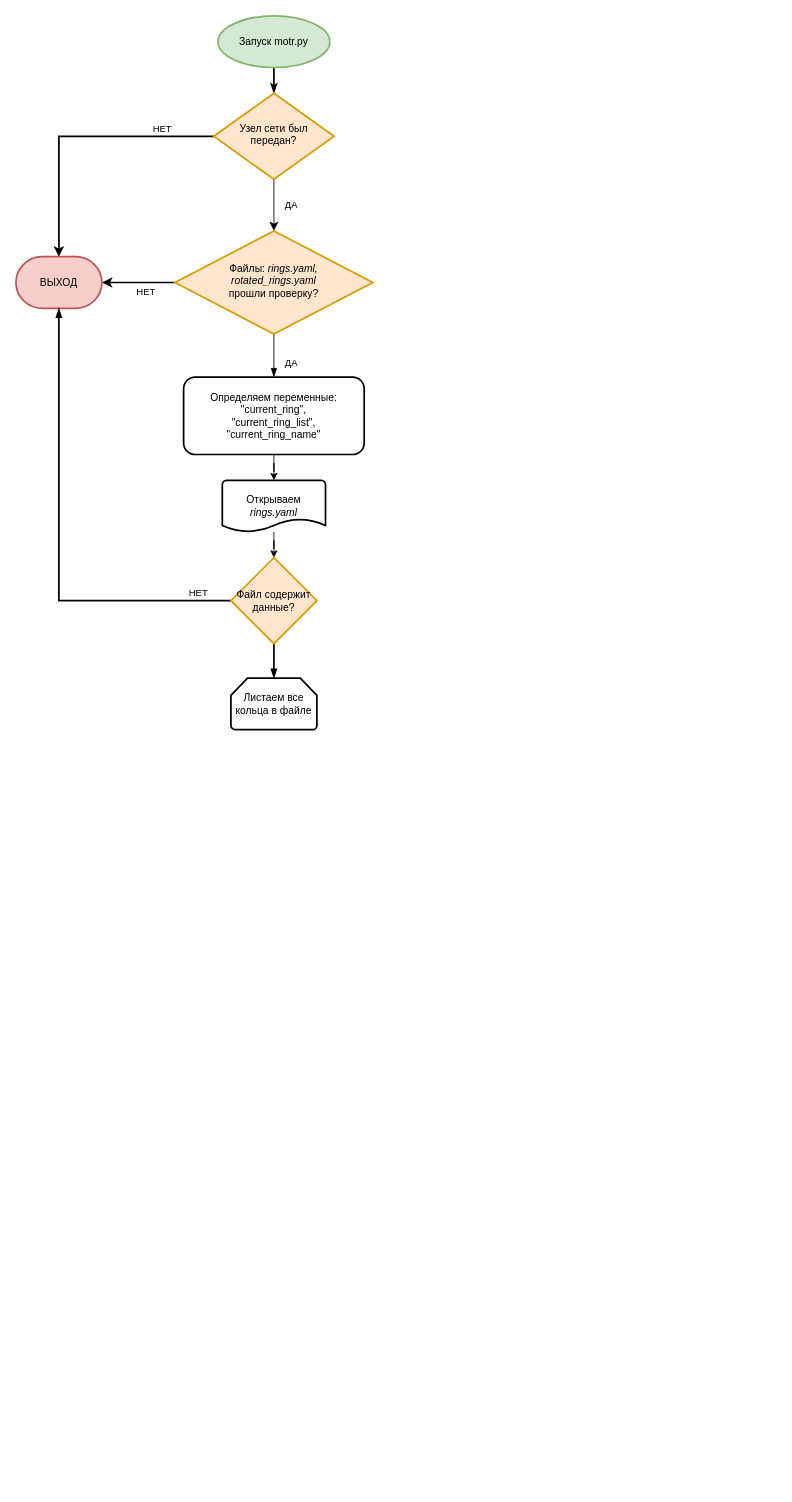
Before: Untitled Diagram.drawio in ig-rudenko/motr, a draw.io diagram. Source tidied: cells renumbered, new cells numbered last; positions are measured from the earlier drawing's top-left corner, leaving out a move shared by most shapes. Both pictures are drawn from the tidied source at 86%, with x=0, y=0 at pixel (15, 15).
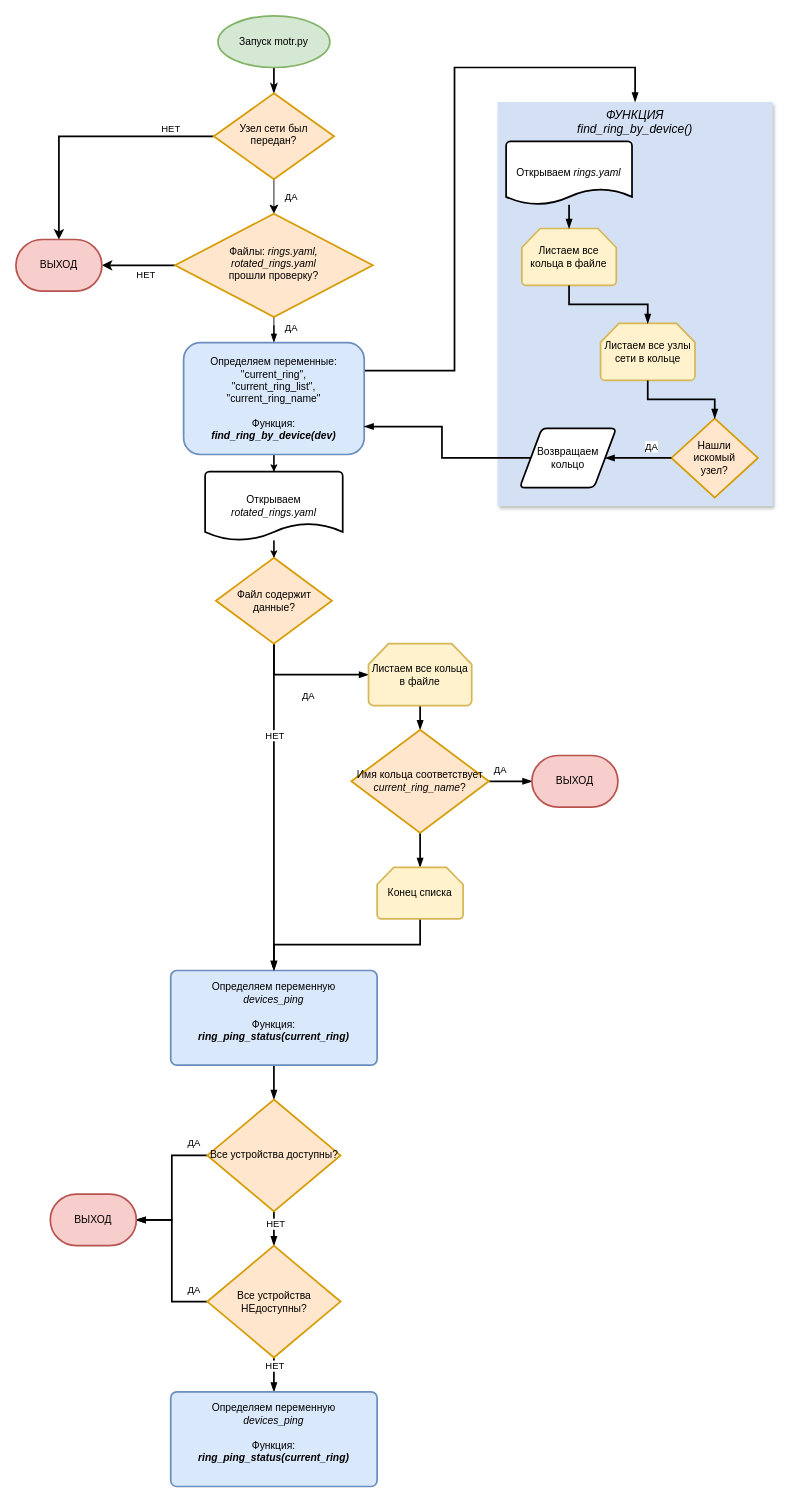
The same page after the edit.

Diff of the diagram source:
```diff
@@
     <mxCell id="10" value="&lt;div&gt;Файлы: &lt;i&gt;rings.yaml,&lt;/i&gt;&lt;/div&gt;&lt;div&gt;&lt;i&gt;rotated_rings.yaml&lt;/i&gt;&lt;/div&gt;&lt;div&gt;прошли проверку?&lt;br&gt;&lt;/div&gt;" style="rhombus;whiteSpace=wrap;html=1;shadow=0;fontFamily=Helvetica;fontSize=12;align=center;strokeWidth=2;spacing=6;spacingTop=-4;fillColor=#ffe6cc;strokeColor=#d79b00;" parent="1" vertex="1">
-      <mxGeometry x="185" y="250" width="230" height="120" as="geometry" />
+      <mxGeometry x="185" y="230" width="230" height="120" as="geometry" />
     </mxCell>
@@
+    <mxCell id="22" style="edgeStyle=orthogonalEdgeStyle;rounded=0;jettySize=auto;html=1;exitX=1;exitY=0.25;exitDx=0;exitDy=0;endArrow=blockThin;endFill=1;strokeWidth=2;fontSize=14;" parent="1" edge="1" source="12">
+      <mxGeometry relative="1" as="geometry">
+        <mxPoint x="720" y="100" as="targetPoint" />
+        <Array as="points">
+          <mxPoint x="510" y="413" />
+          <mxPoint x="510" y="60" />
+          <mxPoint x="720" y="60" />
+        </Array>
+      </mxGeometry>
+    </mxCell>
-    <mxCell id="12" value="&lt;div&gt;Определяем переменные:&lt;/div&gt;&lt;div&gt; &quot;current_ring&quot;, &lt;br&gt;&lt;/div&gt;&lt;div&gt;&quot;current_ring_list&quot;,&lt;/div&gt;&lt;div&gt; &quot;current_ring_name&quot;&lt;br&gt;&lt;/div&gt;" style="rounded=1;whiteSpace=wrap;html=1;fontSize=12;glass=0;strokeWidth=2;shadow=0;" parent="1" vertex="1">
-      <mxGeometry x="195" y="420" width="210" height="90" as="geometry" />
+    <mxCell id="12" value="&lt;div&gt;Определяем переменные:&lt;/div&gt;&lt;div&gt; &quot;current_ring&quot;, &lt;br&gt;&lt;/div&gt;&lt;div&gt;&quot;current_ring_list&quot;,&lt;/div&gt;&lt;div&gt; &quot;current_ring_name&quot;&lt;/div&gt;&lt;div&gt;&lt;br&gt;&lt;/div&gt;&lt;div&gt;Функция:&lt;/div&gt;&lt;div&gt;&lt;b&gt;&lt;i&gt;find_ring_by_device(dev)&lt;/i&gt;&lt;/b&gt;&lt;br&gt;&lt;/div&gt;" style="rounded=1;whiteSpace=wrap;html=1;fontSize=12;glass=0;strokeWidth=2;shadow=0;fillColor=#dae8fc;strokeColor=#6c8ebf;" parent="1" vertex="1">
+      <mxGeometry x="195" y="380" width="210" height="130" as="geometry" />
     </mxCell>
@@
     <mxCell id="14" value="ВЫХОД" style="strokeWidth=2;html=1;shape=mxgraph.flowchart.terminator;whiteSpace=wrap;fillColor=#f8cecc;strokeColor=#b85450;" parent="1" vertex="1">
-      <mxGeometry y="280" width="100" height="60" as="geometry" />
+      <mxGeometry y="260" width="100" height="60" as="geometry" />
     </mxCell>
@@
-    <mxCell id="16" value="Открываем &lt;i&gt;rings.yaml&lt;/i&gt;" style="strokeWidth=2;html=1;shape=mxgraph.flowchart.document2;whiteSpace=wrap;size=0.25;" parent="1" vertex="1">
-      <mxGeometry x="240" y="540" width="120" height="60" as="geometry" />
+    <mxCell id="16" value="Открываем &lt;i&gt;rotated_rings.yaml&lt;/i&gt;" style="strokeWidth=2;html=1;shape=mxgraph.flowchart.document2;whiteSpace=wrap;size=0.25;" parent="1" vertex="1">
+      <mxGeometry x="220" y="530" width="160" height="80" as="geometry" />
     </mxCell>
-    <mxCell id="17" style="edgeStyle=orthogonalEdgeStyle;rounded=0;jettySize=auto;html=1;entryX=0.5;entryY=1;entryDx=0;entryDy=0;entryPerimeter=0;endArrow=blockThin;endFill=1;strokeWidth=2;" parent="1" edge="1" source="20" target="14">
-      <mxGeometry relative="1" as="geometry" />
-    </mxCell>
-    <mxCell id="18" value="НЕТ" style="edgeLabel;html=1;align=center;verticalAlign=middle;" parent="17" vertex="1">
-      <mxGeometry x="-0.57" y="-5" relative="1" as="geometry">
-        <mxPoint x="77" y="-5" as="offset" />
-      </mxGeometry>
-    </mxCell>
     <mxCell id="19" style="edgeStyle=orthogonalEdgeStyle;rounded=0;jettySize=auto;html=1;endArrow=blockThin;endFill=1;strokeWidth=2;" parent="1" edge="1" source="20" target="21">
-      <mxGeometry relative="1" as="geometry" />
+      <mxGeometry relative="1" as="geometry">
+        <Array as="points">
+          <mxPoint x="300" y="740" />
+          <mxPoint x="300" y="740" />
+        </Array>
+      </mxGeometry>
     </mxCell>
+    <mxCell id="23" value="ДА" style="edgeLabel;html=1;align=center;verticalAlign=middle;" parent="19" vertex="1">
+      <mxGeometry x="-0.42" y="-3" relative="1" as="geometry">
+        <mxPoint x="33" y="21" as="offset" />
+      </mxGeometry>
+    </mxCell>
+    <mxCell id="24" style="edgeStyle=orthogonalEdgeStyle;rounded=0;jettySize=auto;html=1;endArrow=blockThin;endFill=1;strokeWidth=2;entryX=0.5;entryY=0;entryDx=0;entryDy=0;" parent="1" edge="1" source="20" target="32">
+      <mxGeometry relative="1" as="geometry" />
+    </mxCell>
+    <mxCell id="25" value="НЕТ" style="edgeLabel;html=1;align=center;verticalAlign=middle;" parent="24" vertex="1">
+      <mxGeometry x="-0.44" relative="1" as="geometry" />
+    </mxCell>
     <mxCell id="20" value="Файл содержит данные?" style="rhombus;whiteSpace=wrap;html=1;strokeWidth=2;fillColor=#ffe6cc;strokeColor=#d79b00;" parent="1" vertex="1">
-      <mxGeometry x="250" y="630" width="100" height="100" as="geometry" />
+      <mxGeometry x="232.5" y="630" width="135" height="100" as="geometry" />
     </mxCell>
+    <mxCell id="26" style="edgeStyle=orthogonalEdgeStyle;rounded=0;jettySize=auto;html=1;endArrow=blockThin;endFill=1;strokeWidth=2;" parent="1" edge="1" source="21" target="30">
+      <mxGeometry relative="1" as="geometry" />
+    </mxCell>
-    <mxCell id="21" value="Листаем все кольца в файле" style="strokeWidth=2;html=1;shape=mxgraph.flowchart.loop_limit;whiteSpace=wrap;" parent="1" vertex="1">
-      <mxGeometry x="250" y="770" width="100" height="60" as="geometry" />
+    <mxCell id="21" value="Листаем все кольца в файле" style="strokeWidth=2;html=1;shape=mxgraph.flowchart.loop_limit;whiteSpace=wrap;fillColor=#fff2cc;strokeColor=#d6b656;" parent="1" vertex="1">
+      <mxGeometry x="410" y="730" width="120" height="72" as="geometry" />
     </mxCell>
+    <mxCell id="27" style="edgeStyle=orthogonalEdgeStyle;rounded=0;jettySize=auto;html=1;endArrow=blockThin;endFill=1;strokeWidth=2;" parent="1" edge="1" source="30" target="34">
+      <mxGeometry relative="1" as="geometry" />
+    </mxCell>
+    <mxCell id="28" style="edgeStyle=orthogonalEdgeStyle;rounded=0;jettySize=auto;html=1;endArrow=blockThin;endFill=1;strokeWidth=2;" parent="1" edge="1" source="30" target="35">
+      <mxGeometry relative="1" as="geometry" />
+    </mxCell>
+    <mxCell id="29" value="ДА" style="edgeLabel;html=1;align=center;verticalAlign=middle;" parent="28" vertex="1">
+      <mxGeometry x="-0.22" y="2" relative="1" as="geometry">
+        <mxPoint x="-7.5" y="-12" as="offset" />
+      </mxGeometry>
+    </mxCell>
+    <mxCell id="30" value="&lt;div align=&quot;center&quot;&gt;Имя кольца соответствует&lt;/div&gt;&lt;div align=&quot;center&quot;&gt;&lt;i&gt;current_ring_name&lt;/i&gt;?&lt;br&gt;&lt;/div&gt;" style="rhombus;whiteSpace=wrap;html=1;strokeWidth=2;fillColor=#ffe6cc;strokeColor=#d79b00;align=center;" parent="1" vertex="1">
+      <mxGeometry x="390" y="830" width="160" height="120" as="geometry" />
+    </mxCell>
+    <mxCell id="31" style="edgeStyle=orthogonalEdgeStyle;rounded=0;jettySize=auto;html=1;endArrow=blockThin;endFill=1;strokeWidth=2;" parent="1" edge="1" source="32" target="40">
+      <mxGeometry relative="1" as="geometry" />
+    </mxCell>
+    <mxCell id="32" value="&lt;div&gt;Определяем переменную&lt;/div&gt;&lt;div&gt;&lt;i&gt;devices_ping&lt;/i&gt;&lt;/div&gt;&lt;div&gt;&lt;i&gt;&lt;/i&gt;&lt;br&gt;&lt;/div&gt;&lt;div&gt;Функция:&lt;/div&gt;&lt;div&gt;&lt;b&gt;&lt;i&gt;ring_ping_status(current_ring)&lt;/i&gt;&lt;/b&gt;&lt;/div&gt;&lt;div&gt;&lt;i&gt;&lt;/i&gt;&lt;br&gt;&lt;/div&gt;" style="rounded=1;whiteSpace=wrap;html=1;absoluteArcSize=1;arcSize=14;strokeWidth=2;fillColor=#dae8fc;strokeColor=#6c8ebf;" parent="1" vertex="1">
+      <mxGeometry x="180" y="1110" width="240" height="110" as="geometry" />
+    </mxCell>
+    <mxCell id="33" style="edgeStyle=orthogonalEdgeStyle;rounded=0;jettySize=auto;html=1;endArrow=blockThin;endFill=1;strokeWidth=2;" parent="1" edge="1" source="34" target="32">
+      <mxGeometry relative="1" as="geometry" />
+    </mxCell>
+    <mxCell id="34" value="Конец списка" style="strokeWidth=2;html=1;shape=mxgraph.flowchart.loop_limit;whiteSpace=wrap;fillColor=#fff2cc;strokeColor=#d6b656;" parent="1" vertex="1">
+      <mxGeometry x="420" y="990" width="100" height="60" as="geometry" />
+    </mxCell>
+    <mxCell id="35" value="ВЫХОД" style="strokeWidth=2;html=1;shape=mxgraph.flowchart.terminator;whiteSpace=wrap;fillColor=#f8cecc;strokeColor=#b85450;" parent="1" vertex="1">
+      <mxGeometry x="600" y="860" width="100" height="60" as="geometry" />
+    </mxCell>
+    <mxCell id="36" style="edgeStyle=orthogonalEdgeStyle;rounded=0;jettySize=auto;html=1;endArrow=blockThin;endFill=1;strokeWidth=2;" parent="1" edge="1" source="40" target="45">
+      <mxGeometry relative="1" as="geometry" />
+    </mxCell>
+    <mxCell id="37" value="НЕТ" style="edgeLabel;html=1;align=center;verticalAlign=middle;" parent="36" vertex="1">
+      <mxGeometry x="-0.3" y="1" relative="1" as="geometry" />
+    </mxCell>
+    <mxCell id="38" style="edgeStyle=orthogonalEdgeStyle;rounded=0;jettySize=auto;html=1;endArrow=blockThin;endFill=1;strokeWidth=2;" parent="1" edge="1" source="40" target="46">
+      <mxGeometry relative="1" as="geometry" />
+    </mxCell>
+    <mxCell id="39" value="ДА" style="edgeLabel;html=1;align=center;verticalAlign=middle;" parent="38" vertex="1">
+      <mxGeometry x="-0.63" relative="1" as="geometry">
+        <mxPoint x="12.5" y="-15" as="offset" />
+      </mxGeometry>
+    </mxCell>
+    <mxCell id="40" value="Все устройства доступны?" style="strokeWidth=2;html=1;shape=mxgraph.flowchart.decision;whiteSpace=wrap;fillColor=#ffe6cc;strokeColor=#d79b00;" parent="1" vertex="1">
+      <mxGeometry x="222.5" y="1260" width="155" height="130" as="geometry" />
+    </mxCell>
+    <mxCell id="41" style="edgeStyle=orthogonalEdgeStyle;rounded=0;jettySize=auto;html=1;endArrow=blockThin;endFill=1;strokeWidth=2;" parent="1" edge="1" source="45" target="46">
+      <mxGeometry relative="1" as="geometry" />
+    </mxCell>
+    <mxCell id="42" value="ДА" style="edgeLabel;html=1;align=center;verticalAlign=middle;" parent="41" vertex="1">
+      <mxGeometry x="-0.66" relative="1" as="geometry">
+        <mxPoint x="14.2" y="-15" as="offset" />
+      </mxGeometry>
+    </mxCell>
+    <mxCell id="43" style="edgeStyle=orthogonalEdgeStyle;rounded=0;jettySize=auto;html=1;endArrow=blockThin;endFill=1;strokeWidth=2;" parent="1" edge="1" source="45" target="47">
+      <mxGeometry relative="1" as="geometry">
+        <Array as="points">
+          <mxPoint x="300" y="1570" />
+          <mxPoint x="300" y="1570" />
+        </Array>
+      </mxGeometry>
+    </mxCell>
+    <mxCell id="44" value="НЕТ" style="edgeLabel;html=1;align=center;verticalAlign=middle;" parent="43" vertex="1">
+      <mxGeometry x="-0.33" y="6" relative="1" as="geometry">
+        <mxPoint x="-6" y="-3.1" as="offset" />
+      </mxGeometry>
+    </mxCell>
+    <mxCell id="45" value="Все устройства НЕдоступны?" style="strokeWidth=2;html=1;shape=mxgraph.flowchart.decision;whiteSpace=wrap;fillColor=#ffe6cc;strokeColor=#d79b00;" parent="1" vertex="1">
+      <mxGeometry x="222.5" y="1430" width="155" height="130" as="geometry" />
+    </mxCell>
+    <mxCell id="46" value="ВЫХОД" style="strokeWidth=2;html=1;shape=mxgraph.flowchart.terminator;whiteSpace=wrap;fillColor=#f8cecc;strokeColor=#b85450;" parent="1" vertex="1">
+      <mxGeometry x="40" y="1370" width="100" height="60" as="geometry" />
+    </mxCell>
+    <mxCell id="47" value="&lt;div&gt;Определяем переменную&lt;/div&gt;&lt;div&gt;&lt;i&gt;devices_ping&lt;/i&gt;&lt;/div&gt;&lt;div&gt;&lt;i&gt;&lt;/i&gt;&lt;br&gt;&lt;/div&gt;&lt;div&gt;Функция:&lt;/div&gt;&lt;div&gt;&lt;b&gt;&lt;i&gt;ring_ping_status(current_ring)&lt;/i&gt;&lt;/b&gt;&lt;/div&gt;&lt;div&gt;&lt;i&gt;&lt;/i&gt;&lt;br&gt;&lt;/div&gt;" style="rounded=1;whiteSpace=wrap;html=1;absoluteArcSize=1;arcSize=14;strokeWidth=2;fillColor=#dae8fc;strokeColor=#6c8ebf;" parent="1" vertex="1">
+      <mxGeometry x="180" y="1600" width="240" height="110" as="geometry" />
+    </mxCell>
+    <mxCell id="48" style="group;" parent="1" vertex="1">
+      <mxGeometry x="560" y="100" width="320" height="470" as="geometry" />
+    </mxCell>
+    <mxCell id="49" value="ФУНКЦИЯ&#10;find_ring_by_device()" style="group;fillColor=#D4E1F5;shadow=1;fontStyle=2;fontSize=14;" parent="48" vertex="1">
+      <mxGeometry width="320" height="470" as="geometry" />
+    </mxCell>
+    <mxCell id="50" value="Открываем &lt;i&gt;rings.yaml&lt;/i&gt;" style="strokeWidth=2;html=1;shape=mxgraph.flowchart.document2;whiteSpace=wrap;size=0.25;" parent="48" vertex="1">
+      <mxGeometry x="10" y="46" width="146.4" height="73.6" as="geometry" />
+    </mxCell>
+    <mxCell id="51" value="Листаем все кольца в файле" style="strokeWidth=2;html=1;shape=mxgraph.flowchart.loop_limit;whiteSpace=wrap;fillColor=#fff2cc;strokeColor=#d6b656;" parent="48" vertex="1">
+      <mxGeometry x="28.3" y="147.2" width="109.8" height="66.2" as="geometry" />
+    </mxCell>
+    <mxCell id="52" style="edgeStyle=orthogonalEdgeStyle;rounded=0;jettySize=auto;html=1;endArrow=blockThin;endFill=1;strokeWidth=2;" parent="48" edge="1" source="50" target="51">
+      <mxGeometry relative="1" as="geometry" />
+    </mxCell>
+    <mxCell id="53" value="Листаем все узлы сети в кольце" style="strokeWidth=2;html=1;shape=mxgraph.flowchart.loop_limit;whiteSpace=wrap;fillColor=#fff2cc;strokeColor=#d6b656;" parent="48" vertex="1">
+      <mxGeometry x="119.8" y="257.6" width="109.8" height="66.2" as="geometry" />
+    </mxCell>
+    <mxCell id="54" style="edgeStyle=orthogonalEdgeStyle;rounded=0;jettySize=auto;html=1;endArrow=blockThin;endFill=1;strokeWidth=2;" parent="48" edge="1" source="51" target="53">
+      <mxGeometry relative="1" as="geometry" />
+    </mxCell>
+    <mxCell id="55" value="&lt;div&gt;Нашли &lt;br&gt;&lt;/div&gt;&lt;div&gt;искомый &lt;br&gt;&lt;/div&gt;&lt;div&gt;узел?&lt;/div&gt;" style="rhombus;whiteSpace=wrap;html=1;strokeColor=#d79b00;strokeWidth=2;fillColor=#ffe6cc;" parent="48" vertex="1">
+      <mxGeometry x="202.2" y="368" width="100.7" height="92" as="geometry" />
+    </mxCell>
+    <mxCell id="56" style="edgeStyle=orthogonalEdgeStyle;rounded=0;jettySize=auto;html=1;endArrow=blockThin;endFill=1;strokeWidth=2;" parent="48" edge="1" source="53" target="55">
+      <mxGeometry relative="1" as="geometry" />
+    </mxCell>
+    <mxCell id="57" value="&lt;div&gt;Возвращаем&lt;/div&gt;&lt;div&gt;кольцо&lt;br&gt; &lt;/div&gt;" style="shape=parallelogram;html=1;strokeWidth=2;perimeter=parallelogramPerimeter;whiteSpace=wrap;rounded=1;arcSize=12;size=0.23;" parent="48" vertex="1">
+      <mxGeometry x="25.8" y="379.5" width="112.3" height="69" as="geometry" />
+    </mxCell>
+    <mxCell id="58" style="edgeStyle=orthogonalEdgeStyle;rounded=0;jettySize=auto;html=1;endArrow=blockThin;endFill=1;strokeWidth=2;" parent="48" edge="1" source="55" target="57">
+      <mxGeometry relative="1" as="geometry" />
+    </mxCell>
+    <mxCell id="59" value="ДА" style="edgeLabel;html=1;align=center;verticalAlign=middle;" parent="58" vertex="1">
+      <mxGeometry x="-0.38" y="-2" relative="1" as="geometry">
+        <mxPoint y="-12" as="offset" />
+      </mxGeometry>
+    </mxCell>
+    <mxCell id="60" style="edgeStyle=orthogonalEdgeStyle;rounded=0;jettySize=auto;html=1;exitX=0;exitY=0.5;exitDx=0;exitDy=0;entryX=1;entryY=0.75;entryDx=0;entryDy=0;endArrow=blockThin;endFill=1;strokeWidth=2;fontSize=14;" parent="1" edge="1" source="57" target="12">
+      <mxGeometry relative="1" as="geometry" />
+    </mxCell>
```
